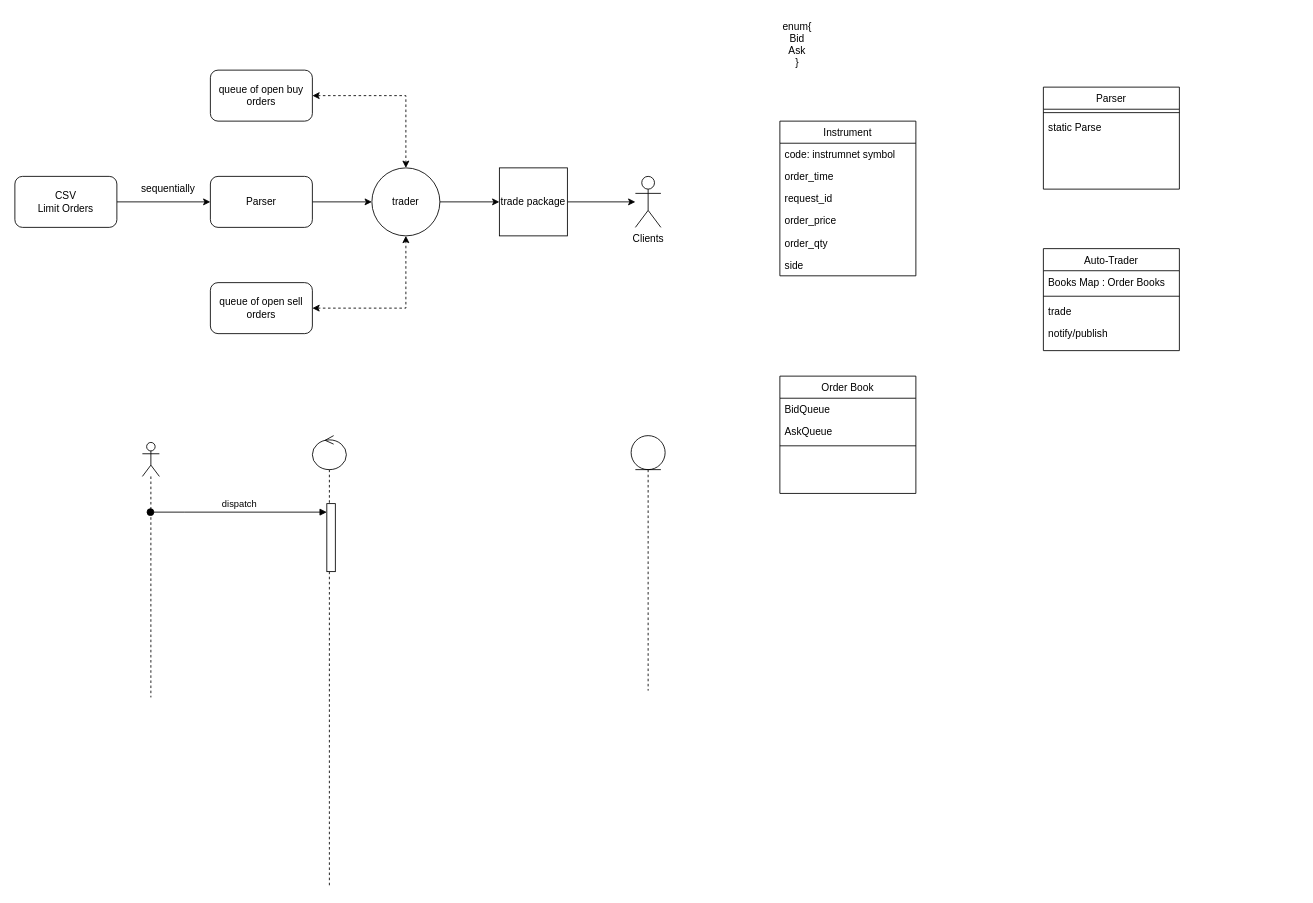
This is UML/Mock Market.drawio from lialittis/Computer-Science, a draw.io file, before an edit. Source tidied: cells renumbered, new cells numbered last; positions are measured from the earlier drawing's top-left corner, leaving out a move shared by most shapes. Both pictures are drawn from the tidied source at 85%, with x=0, y=0 at pixel (14, 14).
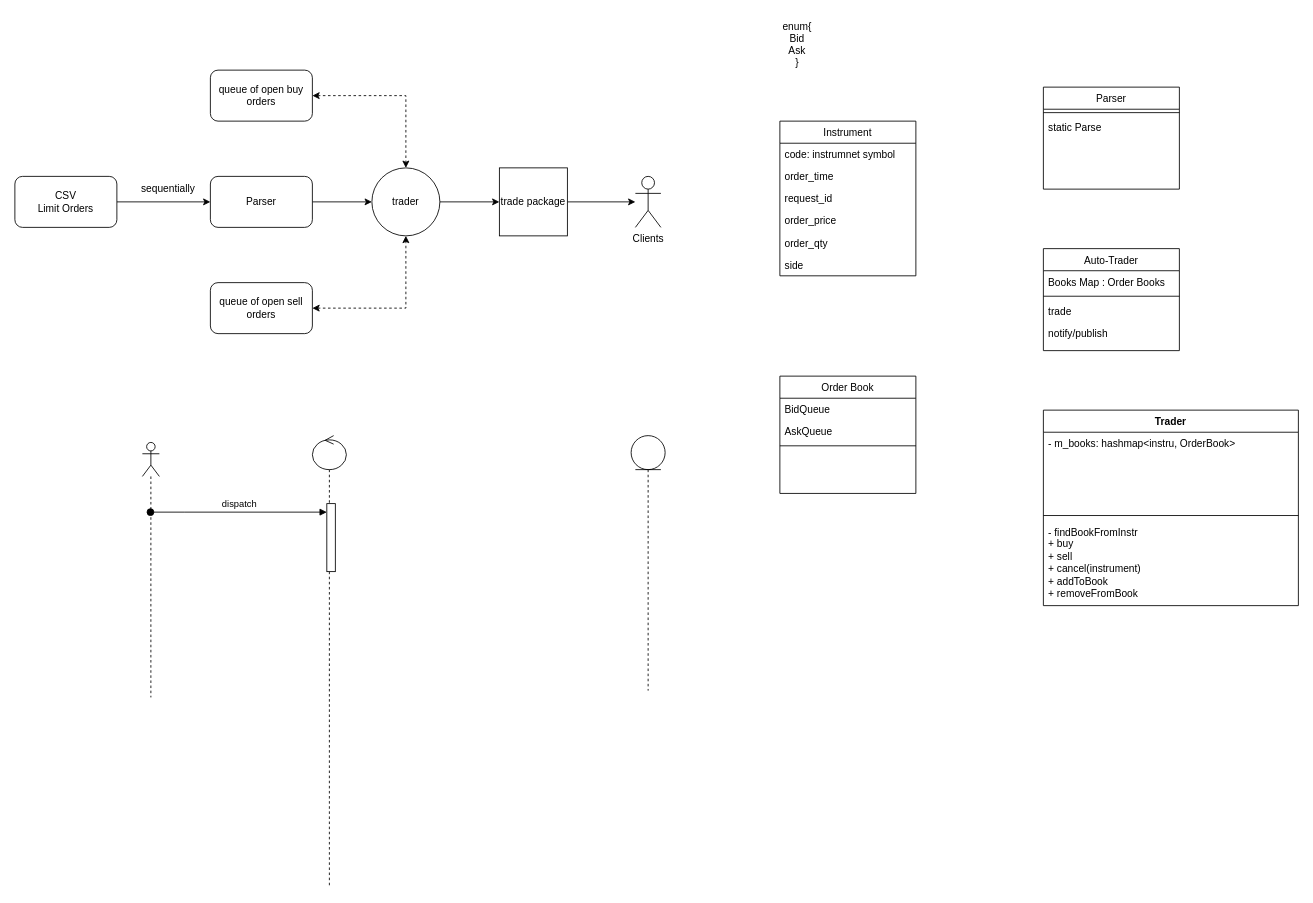
Above is the later version.

The edit, as a diff of the source:
```diff
@@
+    <mxCell id="41" value="Trader" style="swimlane;fontStyle=1;align=center;verticalAlign=top;horizontal=1;startSize=26;whiteSpace=wrap;html=1;" parent="1" vertex="1">
+      <mxGeometry x="1210" y="465" width="300" height="230" as="geometry" />
+    </mxCell>
+    <mxCell id="42" value="- m_books: hashmap&amp;lt;instru, OrderBook&amp;gt;" style="text;strokeColor=none;fillColor=none;align=left;verticalAlign=top;spacingLeft=4;spacingRight=4;overflow=hidden;whiteSpace=wrap;html=1;" parent="41" vertex="1">
+      <mxGeometry y="26" width="300" height="92" as="geometry" />
+    </mxCell>
+    <mxCell id="43" style="line;strokeWidth=1;fillColor=none;align=left;verticalAlign=middle;spacingTop=-1;spacingLeft=3;spacingRight=3;labelPosition=right;strokeColor=inherit;" parent="41" vertex="1">
+      <mxGeometry y="118" width="300" height="12" as="geometry" />
+    </mxCell>
+    <mxCell id="44" value="- findBookFromInstr&lt;br&gt;+ buy&lt;br&gt;+ sell&lt;br&gt;+ cancel(instrument)&lt;br&gt;+ addToBook&lt;br&gt;+ removeFromBook" style="text;strokeColor=none;fillColor=none;align=left;verticalAlign=top;spacingLeft=4;spacingRight=4;overflow=hidden;whiteSpace=wrap;html=1;" parent="41" vertex="1">
+      <mxGeometry y="130" width="300" height="100" as="geometry" />
+    </mxCell>
```
